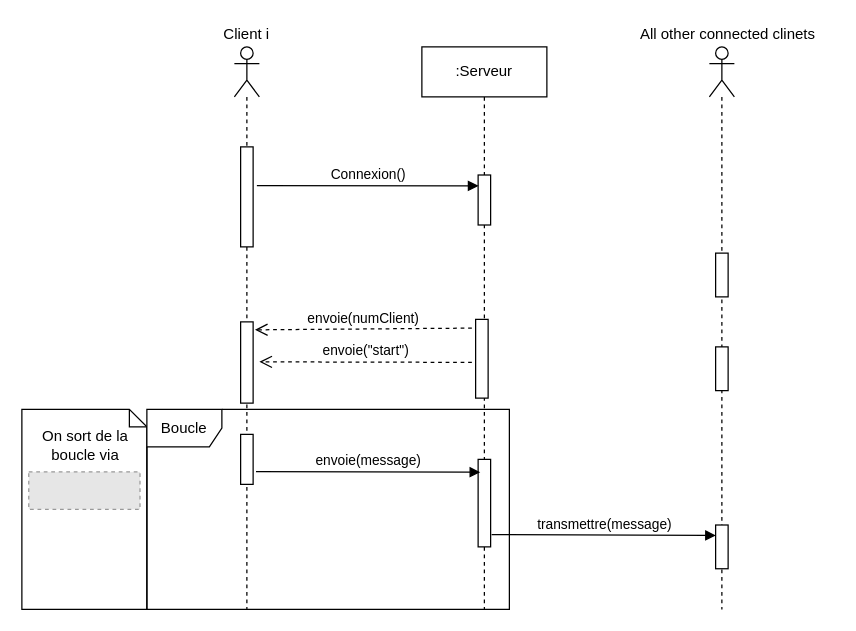
This is Other/diagramme/Diagramme sequence.drawio from LaurenUnq/FAR---Projet, a draw.io file, before an edit. Source tidied: cells renumbered, new cells numbered last; positions are measured from the earlier drawing's top-left corner, leaving out a move shared by most shapes. Both pictures are drawn from the tidied source at 125%, with x=0, y=0 at pixel (21, 21). Pictures stored in the file or linked from it are replaced by grey dashed boxes.
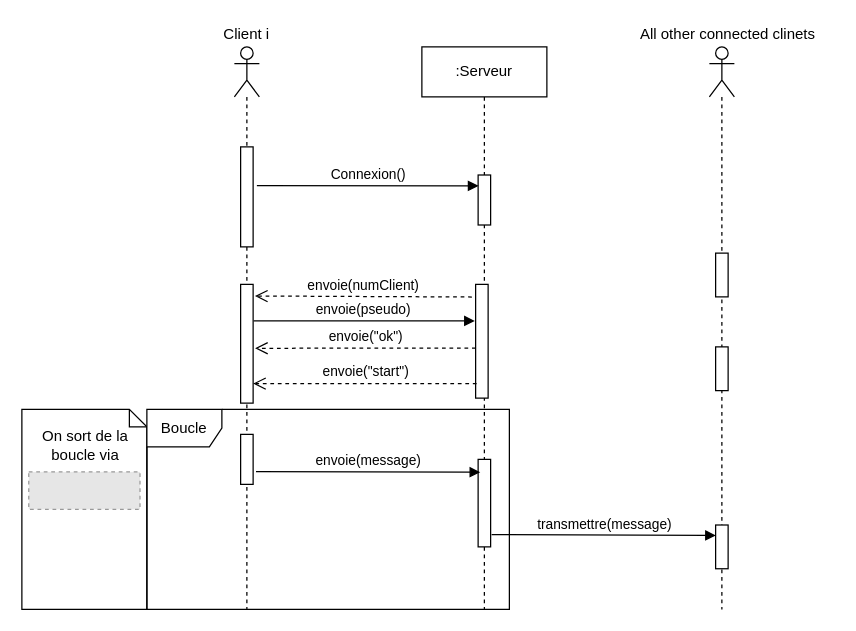
The same page after the edit.

Unchanged cells that the change refers to:
```xml
<mxCell id="2" value=":Serveur" style="shape=umlLifeline;perimeter=lifelinePerimeter;whiteSpace=wrap;html=1;" parent="1" vertex="1">
  <mxGeometry x="320" y="20" width="100" height="450" as="geometry" />
</mxCell>
<mxCell id="5" style="shape=umlLifeline;participant=umlActor;perimeter=lifelinePerimeter;whiteSpace=wrap;html=1;verticalAlign=top;spacingTop=36;labelBackgroundColor=#ffffff;" parent="1" vertex="1">
  <mxGeometry x="170" y="20" width="20" height="450" as="geometry" />
</mxCell>
```

What changed in the source:
```diff
@@
     <mxCell id="4" style="html=1;points=[];perimeter=orthogonalPerimeter;" parent="2" vertex="1">
-      <mxGeometry x="43" y="218" width="10" height="63" as="geometry" />
+      <mxGeometry x="43" y="190" width="10" height="91" as="geometry" />
     </mxCell>
@@
     <mxCell id="7" style="html=1;points=[];perimeter=orthogonalPerimeter;" parent="5" vertex="1">
-      <mxGeometry x="5" y="220" width="10" height="65" as="geometry" />
+      <mxGeometry x="5" y="190" width="10" height="95" as="geometry" />
     </mxCell>
@@
-    <mxCell id="20" value="envoie(&quot;start&quot;)" style="html=1;verticalAlign=bottom;endArrow=open;dashed=1;endSize=8;exitX=-0.3;exitY=0.546;exitDx=0;exitDy=0;exitPerimeter=0;entryX=1.5;entryY=0.492;entryDx=0;entryDy=0;entryPerimeter=0;" parent="1" edge="1" source="4" target="7">
+    <mxCell id="20" value="envoie(&quot;start&quot;)" style="html=1;verticalAlign=bottom;endArrow=open;dashed=1;endSize=8;exitX=0.077;exitY=0.872;exitDx=0;exitDy=0;exitPerimeter=0;" parent="1" edge="1" source="4" target="7">
       <mxGeometry relative="1" as="geometry" />
     </mxCell>
@@
+    <mxCell id="24" value="envoie(pseudo)" style="html=1;verticalAlign=bottom;endArrow=block;exitX=1.04;exitY=0.307;exitDx=0;exitDy=0;exitPerimeter=0;entryX=-0.063;entryY=0.321;entryDx=0;entryDy=0;entryPerimeter=0;" parent="1" edge="1" source="7" target="4">
+      <mxGeometry relative="1" as="geometry" />
+    </mxCell>
+    <mxCell id="25" value="envoie(&quot;ok&quot;)" style="html=1;verticalAlign=bottom;endArrow=open;dashed=1;endSize=8;exitX=0.007;exitY=0.561;exitDx=0;exitDy=0;exitPerimeter=0;entryX=1.156;entryY=0.538;entryDx=0;entryDy=0;entryPerimeter=0;" parent="1" edge="1" source="4" target="7">
+      <mxGeometry relative="1" as="geometry" />
+    </mxCell>
```
